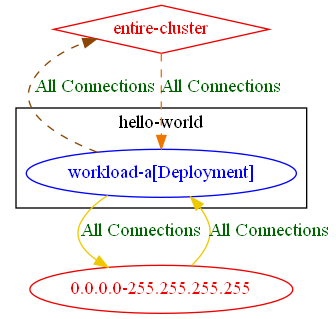
This is test_outputs/connlist/exposure_test_allow_all_connlist_output.dot.png from np-guard/netpol-analyzer, a Graphviz export, as it was before one commit. Its source is kept beside it as test_outputs/connlist/exposure_test_allow_all_connlist_output.dot.
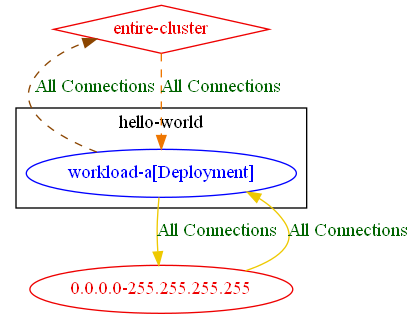
The same file after the commit.

Change to the diagram source:
```diff
@@ -7,8 +7,8 @@
 	}
 	"0.0.0.0-255.255.255.255" [label="0.0.0.0-255.255.255.255" color="red2" fontcolor="red2"]
 	"entire-cluster" [label="entire-cluster" color="red2" fontcolor="red2" shape=diamond]
-	"0.0.0.0-255.255.255.255" -> "hello-world/workload-a[Deployment]" [label="All Connections" color="gold2" fontcolor="darkgreen"]
+	"0.0.0.0-255.255.255.255" -> "hello-world/workload-a[Deployment]" [label="All Connections" color="gold2" fontcolor="darkgreen" weight=0.5]
 	"entire-cluster" -> "hello-world/workload-a[Deployment]" [label="All Connections" color="darkorange2" fontcolor="darkgreen" weight=1 style=dashed]
-	"hello-world/workload-a[Deployment]" -> "0.0.0.0-255.255.255.255" [label="All Connections" color="gold2" fontcolor="darkgreen"]
+	"hello-world/workload-a[Deployment]" -> "0.0.0.0-255.255.255.255" [label="All Connections" color="gold2" fontcolor="darkgreen" weight=1]
 	"hello-world/workload-a[Deployment]" -> "entire-cluster" [label="All Connections" color="darkorange4" fontcolor="darkgreen" weight=0.5 style=dashed]
 }
```
